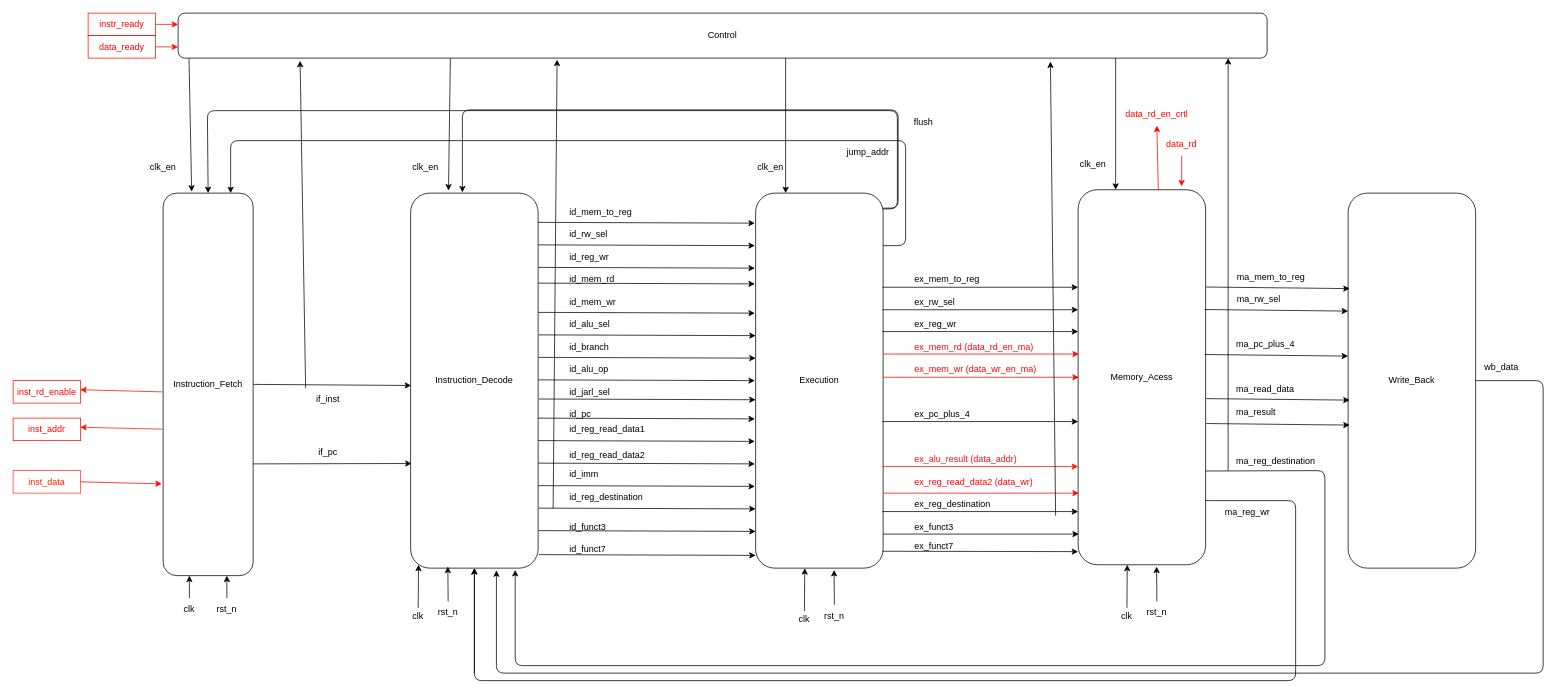
The draw.io diagram doc/figs/architecture_inner.drawio in S4nt1ag0/RISCV-RV32I, before the edit. Source tidied: cells renumbered, new cells numbered last; positions are measured from the earlier drawing's top-left corner, leaving out a move shared by most shapes. Both pictures are drawn from the tidied source at 75%, with x=0, y=0 at pixel (13, 13).
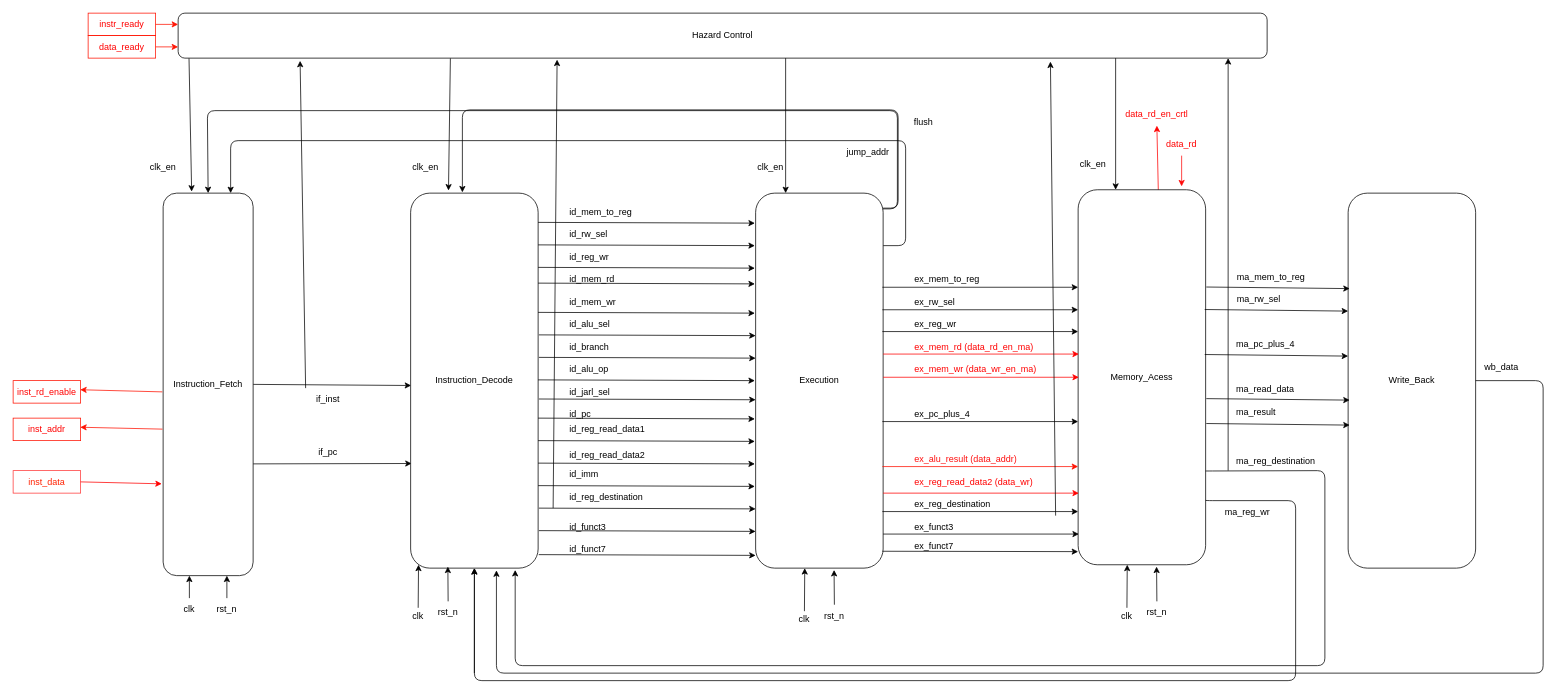
The same diagram, later.

Change to the diagram source:
```diff
@@
-    <mxCell id="57" value="Control" style="whiteSpace=wrap;html=1;rounded=1;" parent="1" vertex="1">
+    <mxCell id="57" value="Hazard Control" style="whiteSpace=wrap;html=1;rounded=1;" parent="1" vertex="1">
       <mxGeometry x="220" width="1452" height="60" as="geometry" />
     </mxCell>
```
